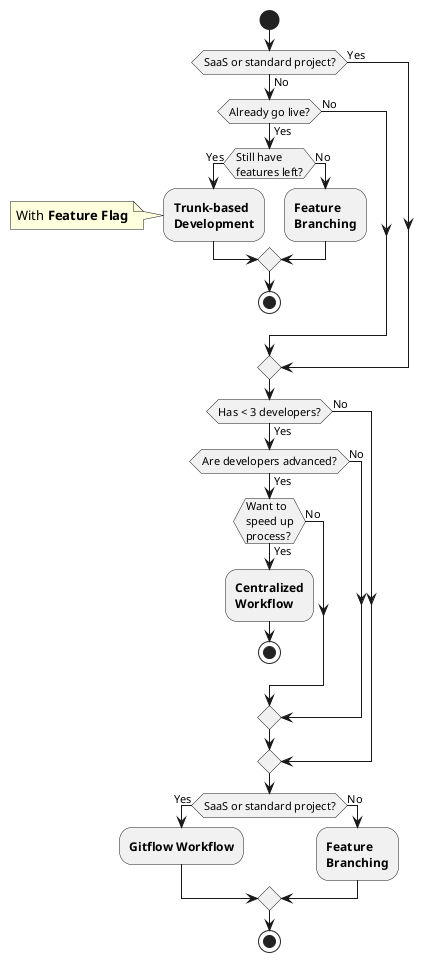
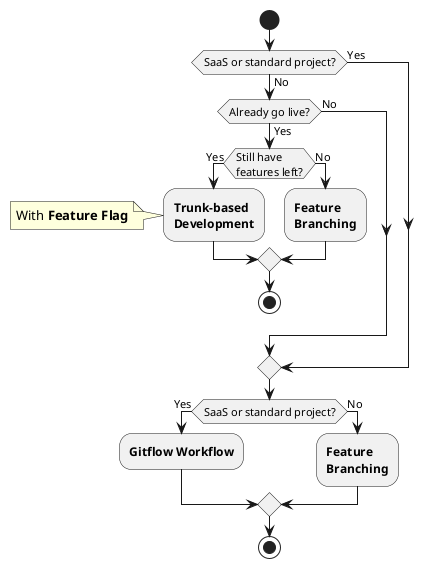
@startuml Flow Selection
start

if (SaaS or standard project?) then (No)
    if (Already go live?) then (Yes)
        if (Still have\nfeatures left?) then (Yes)
            :**Trunk-based**\n**Development**;
            note left: With **Feature Flag**
        else (No)
            :**Feature**\n**Branching**;
        endif
        stop
    else (No)
    endif
else (Yes)
endif

- if (Has < 3 developers?) then (Yes)
-     if (Are developers advanced?) then (Yes)
-         if (Want to\nspeed up\nprocess?) then (Yes)
-             :**Centralized**\n**Workflow**;
-             stop
-         else (No)
-         endif
-     else (No)
-     endif
- else (No)
- endif
- 
if (SaaS or standard project?) then (Yes)
    :**Gitflow Workflow**;
else (No)
    :**Feature**\n**Branching**;
endif

stop
@enduml